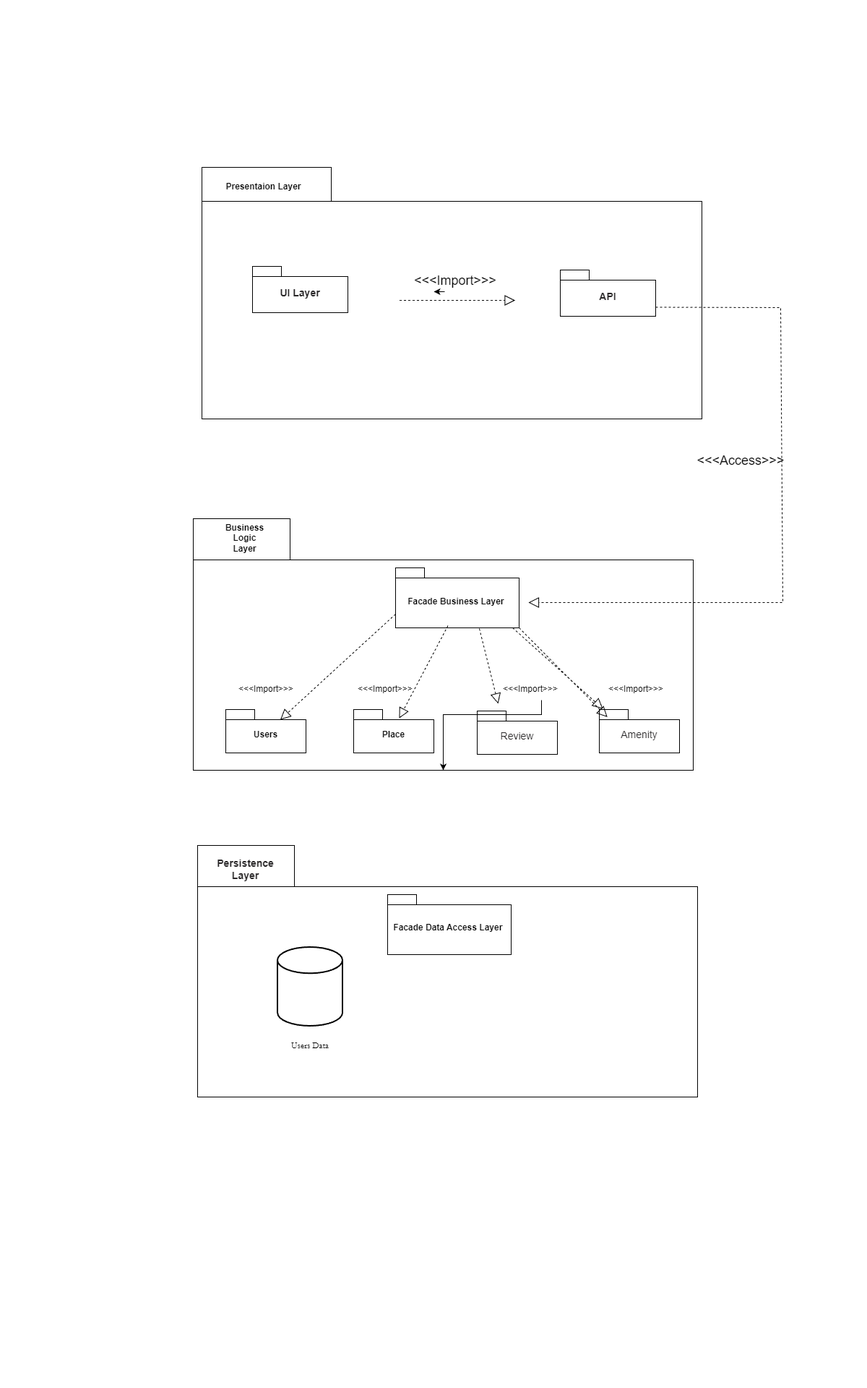
Before: Package Digram.drawio.png, a diagram exported from draw.io (KMSAAO/holbertonschool-hbnb). Source tidied: cells renumbered, new cells last; positions are measured from the earlier drawing's top-left corner, leaving out a move shared by most shapes.
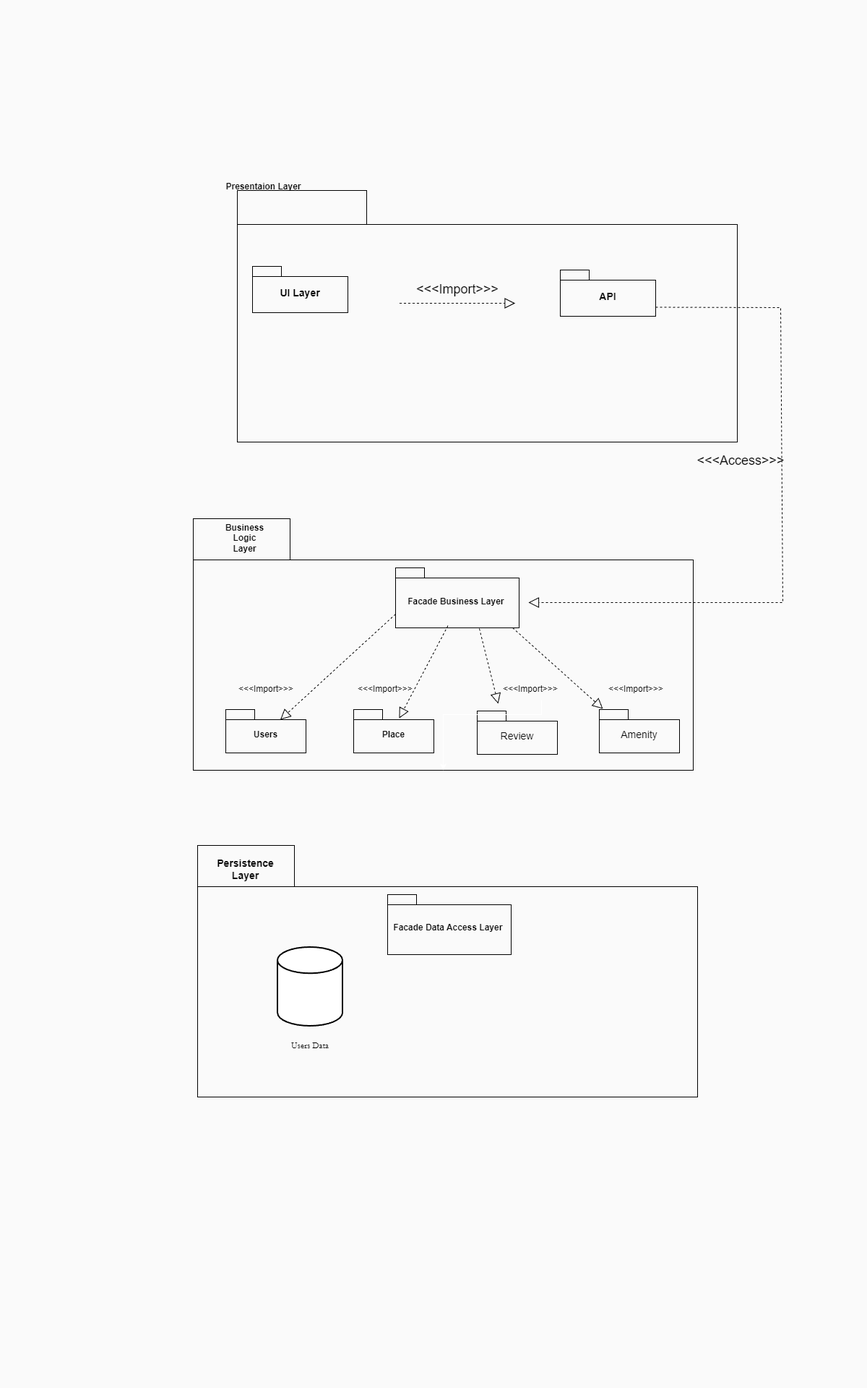
The same file after the commit.

Change to the diagram source:
```diff
@@ -1,9 +1,9 @@
-<mxGraphModel background="light-dark(#FFFFFF,#FFFFFF)">
+<mxGraphModel background="light-dark(#FFFFFF,#FAFAFA)">
   <root>
     <mxCell id="0" />
     <mxCell id="1" parent="0" />
     <mxCell id="2" style="shape=folder;fontStyle=1;spacingTop=10;tabWidth=179;tabHeight=47;tabPosition=left;html=1;whiteSpace=wrap;fontColor=light-dark(#000000,#000000);gradientColor=default;strokeColor=light-dark(#000000,#000000);fillColor=none;" parent="1" vertex="1">
-      <mxGeometry x="12" width="692" height="348" as="geometry" />
+      <mxGeometry x="61" y="32" width="692" height="348" as="geometry" />
     </mxCell>
     <mxCell id="3" value="&lt;span style=&quot;text-wrap-mode: wrap;&quot;&gt;Presentaion&amp;nbsp;&lt;/span&gt;&lt;span style=&quot;text-wrap-mode: wrap; background-color: transparent;&quot;&gt;Layer&lt;/span&gt;" style="text;align=center;fontStyle=1;verticalAlign=middle;spacingLeft=3;spacingRight=3;html=1;fontColor=light-dark(#000000,#000000);" parent="1" vertex="1">
       <mxGeometry x="30" y="10" width="133" height="34" as="geometry" />
@@ -52,16 +52,13 @@
     </mxCell>
     <mxCell id="18" style="endArrow=block;dashed=1;endFill=0;endSize=12;html=1;rounded=0;strokeColor=light-dark(#000000,#010101);fontSize=16;" parent="1" edge="1">
       <mxGeometry relative="1" as="geometry">
-        <mxPoint x="285.5" y="184" as="sourcePoint" />
-        <mxPoint x="445.5" y="184" as="targetPoint" />
+        <mxPoint x="285.5" y="188" as="sourcePoint" />
+        <mxPoint x="445.5" y="188" as="targetPoint" />
       </mxGeometry>
     </mxCell>
     <mxCell id="19" value="&amp;lt;&amp;lt;&amp;lt;Import&amp;gt;&amp;gt;&amp;gt;" style="text;html=1;whiteSpace=wrap;strokeColor=none;fillColor=none;align=center;verticalAlign=middle;rounded=0;fontColor=light-dark(#000000,#000000);fontSize=18;" parent="1" vertex="1">
-      <mxGeometry x="333" y="142" width="60" height="30" as="geometry" />
+      <mxGeometry x="335.5" y="154" width="60" height="30" as="geometry" />
     </mxCell>
-    <mxCell id="20" style="edgeStyle=orthogonalEdgeStyle;rounded=0;orthogonalLoop=1;jettySize=auto;html=1;exitX=0.25;exitY=1;exitDx=0;exitDy=0;entryX=0;entryY=1;entryDx=0;entryDy=0;" parent="1" edge="1" source="19" target="19">
-      <mxGeometry relative="1" as="geometry" />
-    </mxCell>
     <mxCell id="21" style="endArrow=block;dashed=1;endFill=0;endSize=12;html=1;rounded=0;strokeColor=light-dark(#000000,#000000);exitX=0;exitY=0;exitDx=132;exitDy=51.5;exitPerimeter=0;" parent="1" edge="1" source="4">
       <mxGeometry relative="1" as="geometry">
         <mxPoint x="464" y="602" as="targetPoint" />
@@ -74,9 +71,6 @@
     <mxCell id="22" value="&amp;lt;&amp;lt;&amp;lt;Access&amp;gt;&amp;gt;&amp;gt;" style="text;html=1;whiteSpace=wrap;strokeColor=none;fillColor=none;align=center;verticalAlign=middle;rounded=0;fontColor=light-dark(#000000,#000000);fontSize=18;" parent="1" vertex="1">
       <mxGeometry x="728" y="391" width="60" height="30" as="geometry" />
     </mxCell>
-    <mxCell id="23" style="endArrow=block;dashed=1;endFill=0;endSize=12;html=1;rounded=0;exitX=0;exitY=0;exitDx=171;exitDy=83;exitPerimeter=0;entryX=0.1;entryY=0.174;entryDx=0;entryDy=0;entryPerimeter=0;" parent="1" edge="1" source="9" target="12">
-      <mxGeometry relative="1" as="geometry" />
-    </mxCell>
     <mxCell id="24" style="endArrow=block;dashed=1;endFill=0;endSize=12;html=1;rounded=0;fontColor=light-dark(#000000,#000000);strokeColor=light-dark(#000000,#000000);" parent="1" edge="1">
       <mxGeometry relative="1" as="geometry">
         <mxPoint x="442" y="637" as="sourcePoint" />
```
